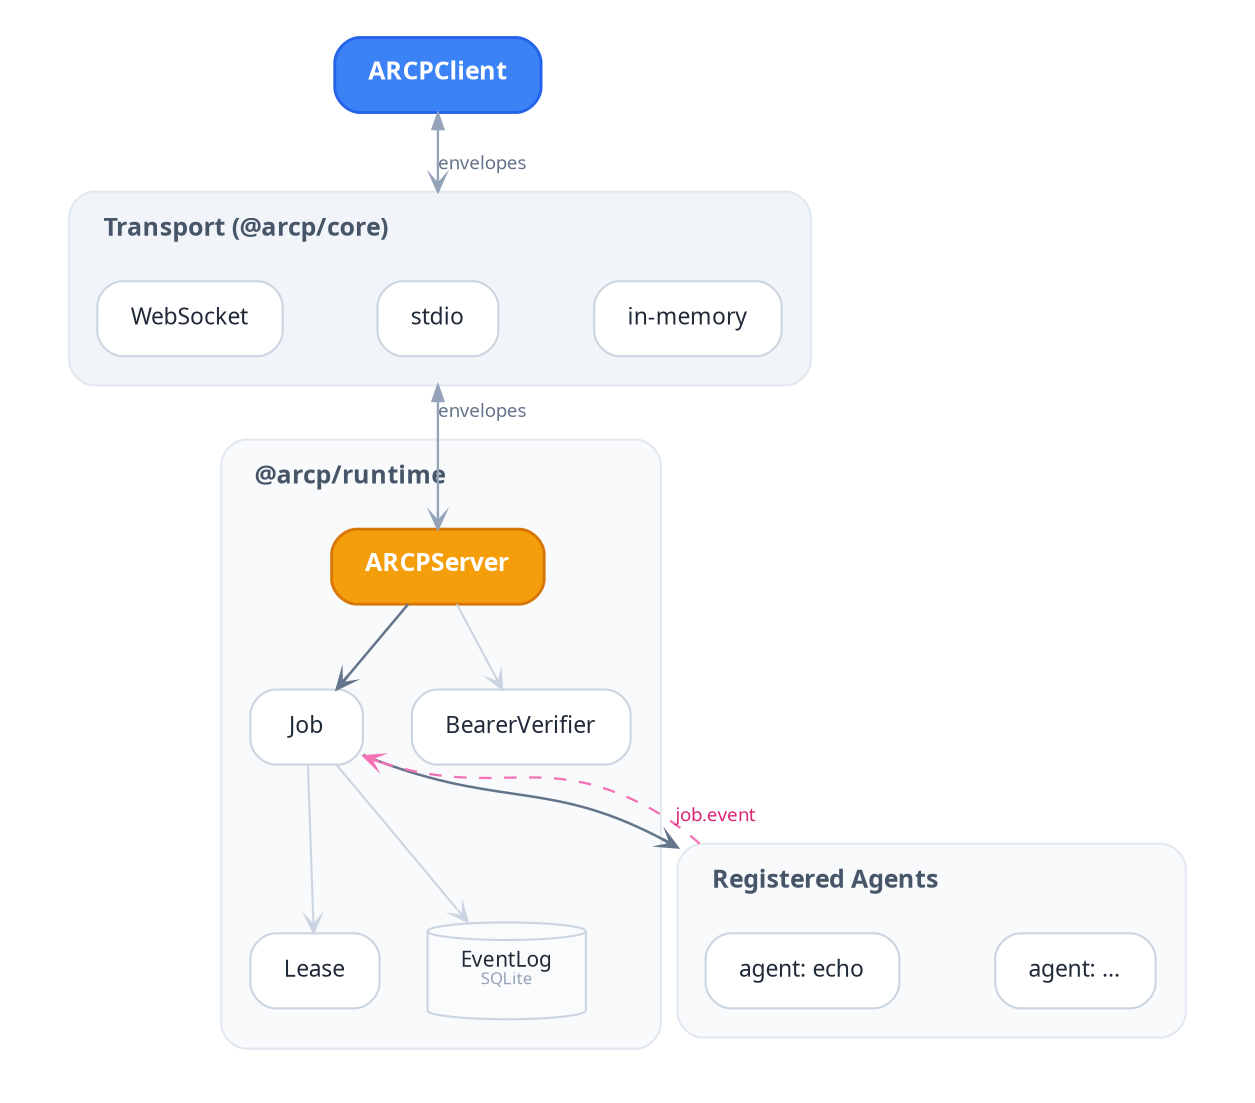
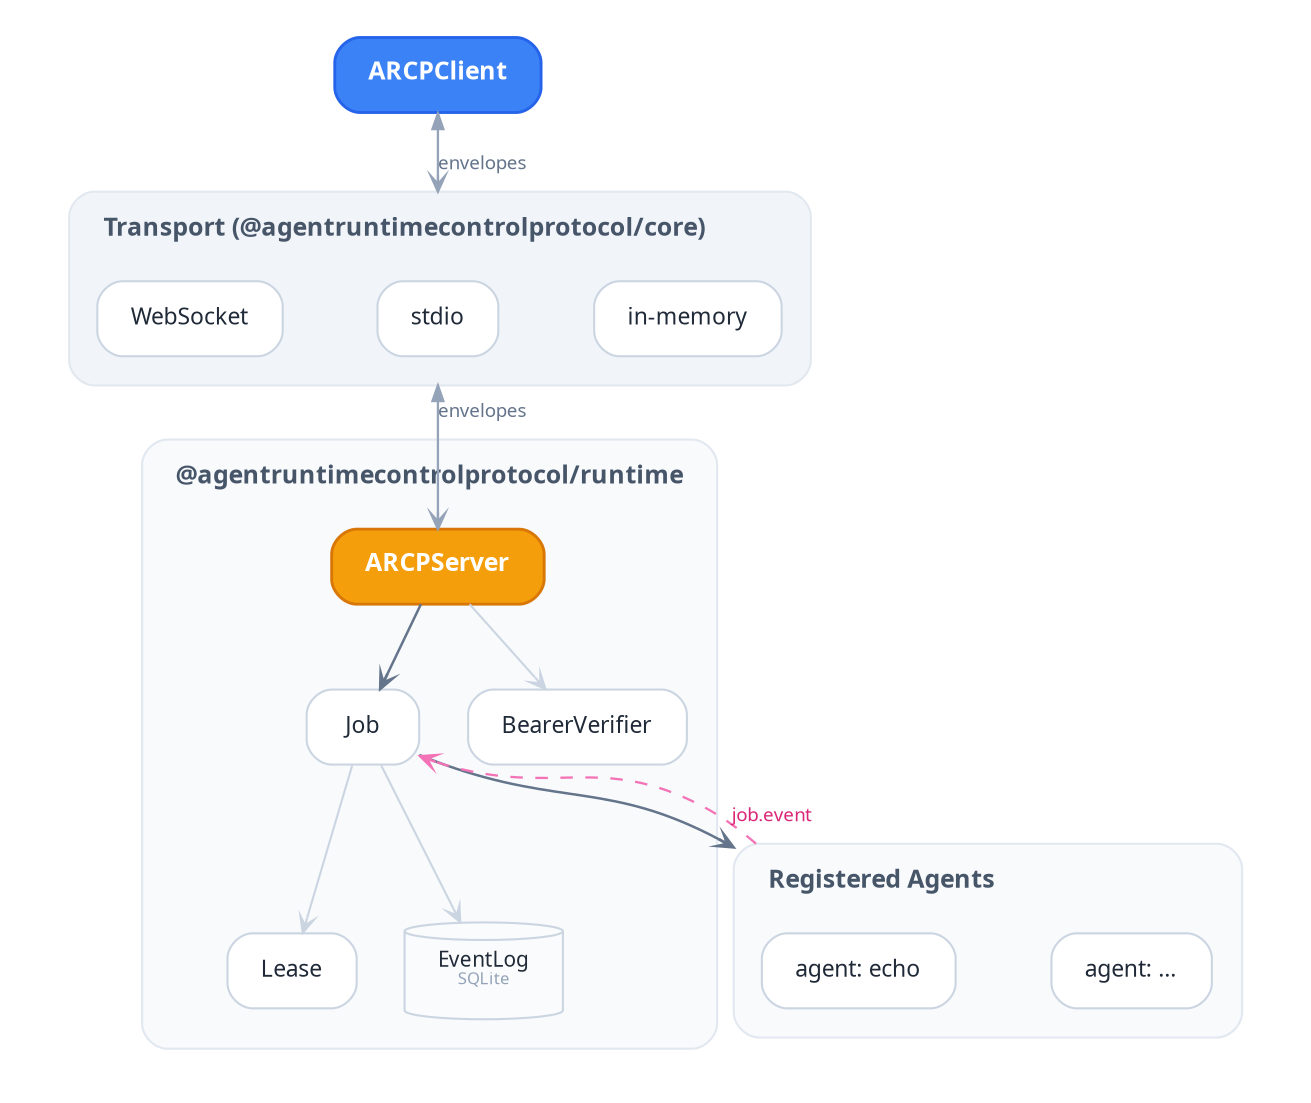
digraph ARCPTypescriptSDK {
  rankdir=TB;
  bgcolor="transparent";
  compound=true;
  fontname="TT Commons Pro Trial";
  splines=spline;
  nodesep=0.32;
  ranksep=0.55;
  pad="0.35,0.25";

  node [
    shape=box,
    style="rounded,filled",
    fillcolor="white",
    color="#CBD5E1",
    fontname="TT Commons Pro Trial",
    fontsize=11,
    fontcolor="#1F2937",
    margin="0.22,0.11",
    penwidth=1.0
  ];

  edge [
    fontname="TT Commons Pro Trial",
    fontsize=9,
    fontcolor="#64748B",
    color="#94A3B8",
    penwidth=1.1,
    arrowsize=0.75,
    arrowhead=vee
  ];

  // ENTRY anchor — user-facing client
  Client [
    label=<<FONT POINT-SIZE="12"><B>ARCPClient</B></FONT>>,
    fillcolor="#3B82F6", color="#2563EB",
    fontcolor="white", penwidth=1.4
  ];

  // Transport cluster
  subgraph cluster_transport {
-     label=<<TABLE BORDER="0" CELLBORDER="0" CELLPADDING="0" CELLSPACING="0"><TR><TD COLSPAN="3" HEIGHT="8"></TD></TR><TR><TD WIDTH="8"></TD><TD><FONT POINT-SIZE="12"><B>Transport (@arcp/core)</B></FONT></TD><TD WIDTH="8"></TD></TR></TABLE>>;
+     label=<<TABLE BORDER="0" CELLBORDER="0" CELLPADDING="0" CELLSPACING="0"><TR><TD COLSPAN="3" HEIGHT="8"></TD></TR><TR><TD WIDTH="8"></TD><TD><FONT POINT-SIZE="12"><B>Transport (@agentruntimecontrolprotocol/core)</B></FONT></TD><TD WIDTH="8"></TD></TR></TABLE>>;
    style="rounded,filled";
    fillcolor="#F1F5F9";
    color="#E2E8F0";
    fontname="TT Commons Pro Trial";
    fontcolor="#475569";
    margin=14;
    labeljust=l;
    penwidth=1.0;

    WS    [label="WebSocket"];
    StdIO [label="stdio"];
    InMem [label="in-memory"];

    WS -> StdIO -> InMem [style=invis];
    { rank=same; WS; StdIO; InMem; }
  }

  // Runtime cluster
  subgraph cluster_runtime {
-     label=<<TABLE BORDER="0" CELLBORDER="0" CELLPADDING="0" CELLSPACING="0"><TR><TD COLSPAN="3" HEIGHT="8"></TD></TR><TR><TD WIDTH="8"></TD><TD><FONT POINT-SIZE="12"><B>@arcp/runtime</B></FONT></TD><TD WIDTH="8"></TD></TR></TABLE>>;
+     label=<<TABLE BORDER="0" CELLBORDER="0" CELLPADDING="0" CELLSPACING="0"><TR><TD COLSPAN="3" HEIGHT="8"></TD></TR><TR><TD WIDTH="8"></TD><TD><FONT POINT-SIZE="12"><B>@agentruntimecontrolprotocol/runtime</B></FONT></TD><TD WIDTH="8"></TD></TR></TABLE>>;
    style="rounded,filled";
    fillcolor="#F8FAFC";
    color="#E2E8F0";
    fontname="TT Commons Pro Trial";
    fontcolor="#475569";
    margin=14;
    labeljust=l;
    penwidth=1.0;

    // HUB anchor — central component everything routes through
    Server [
      label=<<FONT POINT-SIZE="12"><B>ARCPServer</B></FONT>>,
      fillcolor="#F59E0B", color="#D97706",
      fontcolor="white", penwidth=1.4
    ];

    Job    [label="Job"];
    Lease  [label="Lease"];
    Auth   [label="BearerVerifier"];

    Store [
      label=<<FONT POINT-SIZE="10">EventLog</FONT><BR/><FONT POINT-SIZE="8" COLOR="#94A3B8">SQLite</FONT>>,
      shape=cylinder, fillcolor="#FAFBFC"
    ];
  }

  // Agents cluster
  subgraph cluster_agents {
    label=<<TABLE BORDER="0" CELLBORDER="0" CELLPADDING="0" CELLSPACING="0"><TR><TD COLSPAN="3" HEIGHT="8"></TD></TR><TR><TD WIDTH="8"></TD><TD><FONT POINT-SIZE="12"><B>Registered Agents</B></FONT></TD><TD WIDTH="8"></TD></TR></TABLE>>;
    style="rounded,filled";
    fillcolor="#F8FAFC";
    color="#E2E8F0";
    fontname="TT Commons Pro Trial";
    fontcolor="#475569";
    margin=14;
    labeljust=l;
    penwidth=1.0;

    AgentA [label="agent: echo"];
    AgentB [label="agent: …"];

    AgentA -> AgentB [style=invis];
    { rank=same; AgentA; AgentB; }
  }

  // Wiring — client ↔ transport ↔ runtime
  Client -> StdIO  [dir=both, label="envelopes", lhead=cluster_transport];
  StdIO  -> Server [dir=both, label="envelopes", ltail=cluster_transport];

  // PRIMARY SPINE — submit → run
  edge [color="#64748B", penwidth=1.2];
  Server -> Job;
  Job    -> AgentA [lhead=cluster_agents];

  // SECONDARY WIRING — supporting concerns
  edge [color="#CBD5E1", penwidth=1.0];
  Server -> Auth;
  Job    -> Lease;
  Job    -> Store;

  // FEEDBACK — async event return path
  AgentA -> Job [
    style=dashed, color="#F472B6", penwidth=1.1,
    constraint=false, ltail=cluster_agents,
    label=<<FONT COLOR="#DB2777">job.event</FONT>>, fontsize=9
  ];
}
